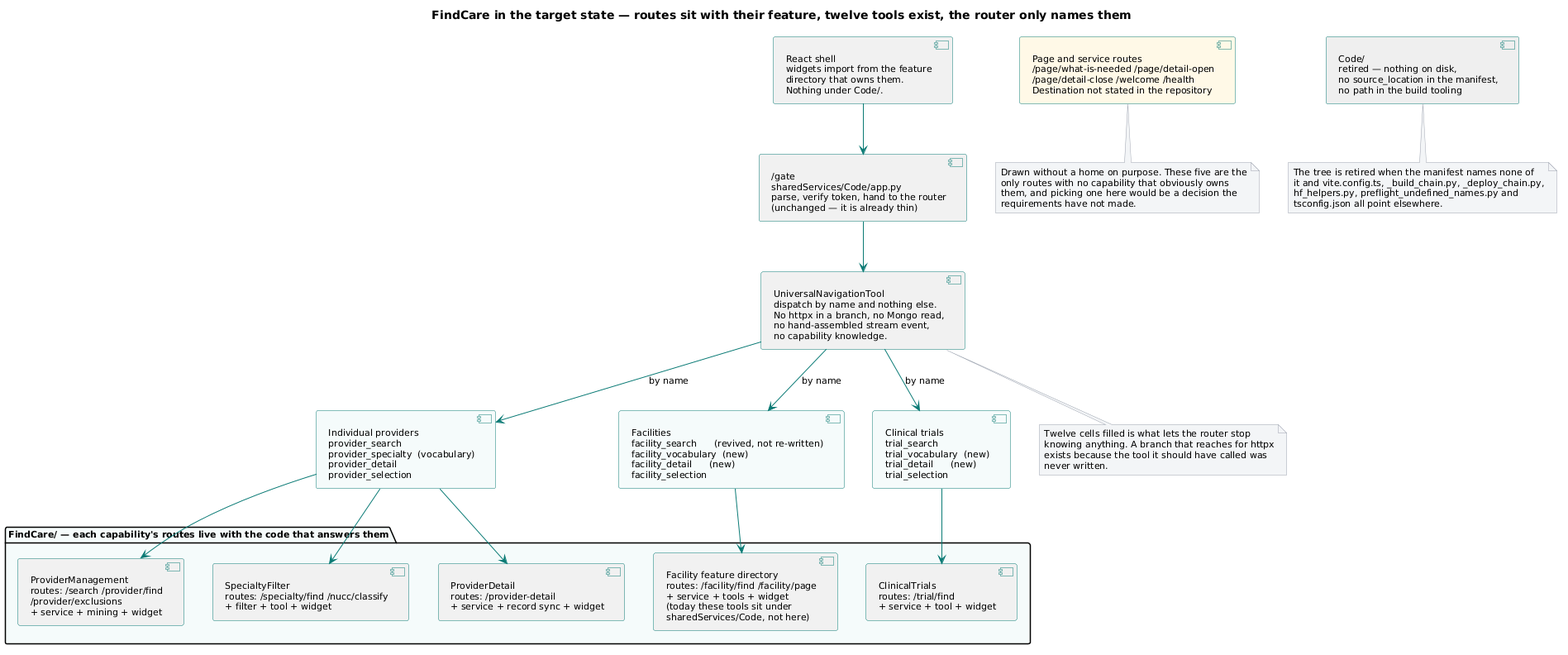
Before: brain/machine_artifacts/diagramsAndImages/rendered/mig_after.png, a diagram exported from PlantUML (SkipSnow/ChatHealthyRepo).
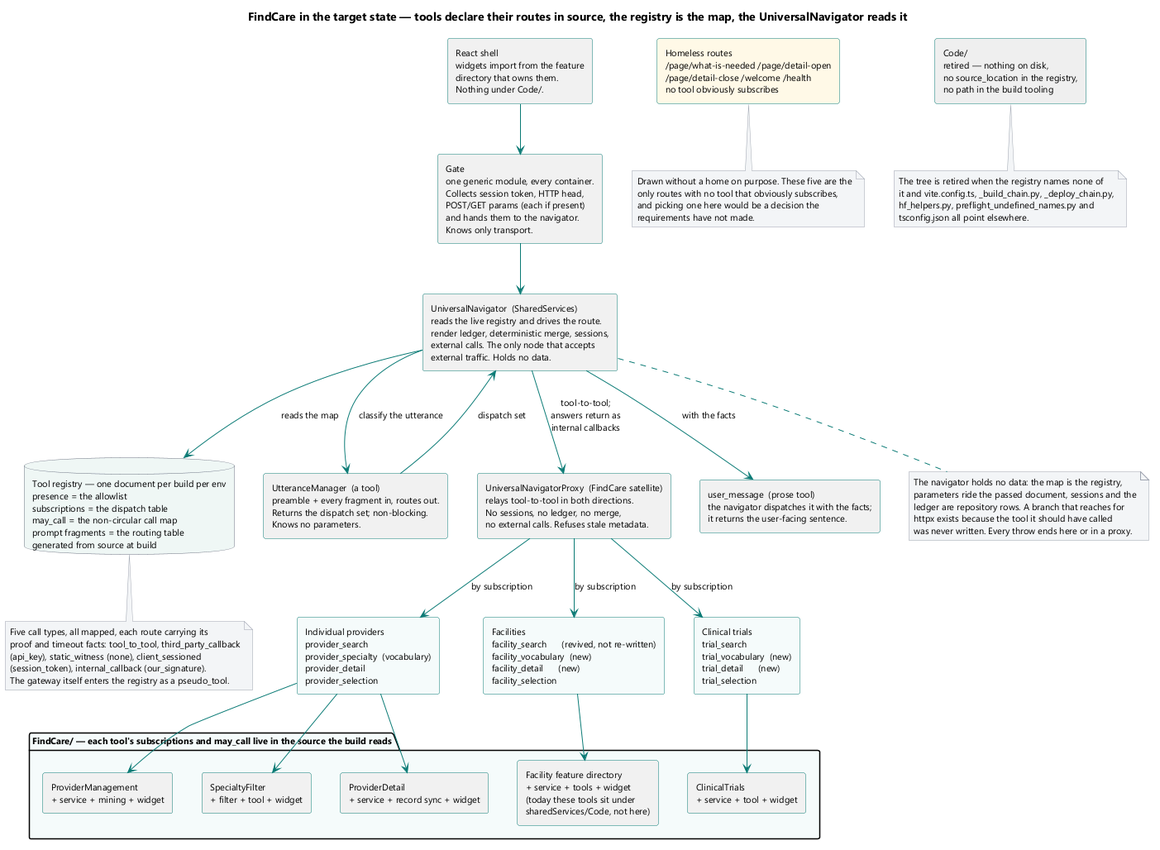
The same diagram one commit later.

What changed in the source:
```diff
@@ -1,4 +1,5 @@
 @startuml
+skinparam componentStyle rectangle
 skinparam shadowing false
 skinparam defaultFontName Segoe UI
 skinparam defaultFontSize 11
@@ -8,13 +9,19 @@
 skinparam NoteBackgroundColor #f3f4f6
 skinparam NoteBorderColor #9ca3af
 
-title FindCare in the target state — routes sit with their feature, twelve tools exist, the router only names them
+title FindCare in the target state — tools declare their routes in source, the registry is the map, the UniversalNavigator reads it
 
 component "React shell\nwidgets import from the feature\ndirectory that owns them.\nNothing under Code/." as SHELL
 
-component "/gate\nsharedServices/Code/app.py\nparse, verify token, hand to the router\n(unchanged — it is already thin)" as GATE
+component "Gate\none generic module, every container.\nCollects session token, HTTP head,\nPOST/GET params (each if present)\nand hands them to the navigator.\nKnows only transport." as GATE
 
-component "UniversalNavigationTool\ndispatch by name and nothing else.\nNo httpx in a branch, no Mongo read,\nno hand-assembled stream event,\nno capability knowledge." as ROUTER
+component "UniversalNavigator  (SharedServices)\nreads the live registry and drives the route.\nrender ledger, deterministic merge, sessions,\nexternal calls. The only node that accepts\nexternal traffic. Holds no data." as NAV
+
+database "Tool registry — one document per build per env\npresence = the allowlist\nsubscriptions = the dispatch table\nmay_call = the non-circular call map\nprompt fragments = the routing table\ngenerated from source at build" as REG #eef6f5
+
+component "UtteranceManager  (a tool)\npreamble + every fragment in, routes out.\nReturns the dispatch set; non-blocking.\nKnows no parameters." as UM
+
+component "UniversalNavigatorProxy  (FindCare satellite)\nrelays tool-to-tool in both directions.\nNo sessions, no ledger, no merge,\nno external calls. Refuses stale metadata." as PROXY
 
 component "Individual providers\nprovider_search\nprovider_specialty  (vocabulary)\nprovider_detail\nprovider_selection" as PROVTOOLS #f5fbfa
 
@@ -22,47 +29,64 @@
 
 component "Clinical trials\ntrial_search\ntrial_vocabulary  (new)\ntrial_detail      (new)\ntrial_selection" as TRIALTOOLS #f5fbfa
 
-package "FindCare/ — each capability's routes live with the code that answers them" #f5fbfa {
-  component "ProviderManagement\nroutes: /search /provider/find\n/provider/exclusions\n+ service + mining + widget" as PM
-  component "SpecialtyFilter\nroutes: /specialty/find /nucc/classify\n+ filter + tool + widget" as SF
-  component "ClinicalTrials\nroutes: /trial/find\n+ service + tool + widget" as CT
-  component "ProviderDetail\nroutes: /provider-detail\n+ service + record sync + widget" as PD
-  component "Facility feature directory\nroutes: /facility/find /facility/page\n+ service + tools + widget\n(today these tools sit under\nsharedServices/Code, not here)" as FAC
+component "user_message  (prose tool)\nthe navigator dispatches it with the facts;\nit returns the user-facing sentence." as PROSE
+
+package "FindCare/ — each tool's subscriptions and may_call live in the source the build reads" #f5fbfa {
+  component "ProviderManagement\n+ service + mining + widget" as PM
+  component "SpecialtyFilter\n+ filter + tool + widget" as SF
+  component "ClinicalTrials\n+ service + tool + widget" as CT
+  component "ProviderDetail\n+ service + record sync + widget" as PD
+  component "Facility feature directory\n+ service + tools + widget\n(today these tools sit under\nsharedServices/Code, not here)" as FAC
 }
 
-component "Page and service routes\n/page/what-is-needed /page/detail-open\n/page/detail-close /welcome /health\nDestination not stated in the repository" as PAGEROUTES #fff8e6
+component "Homeless routes\n/page/what-is-needed /page/detail-open\n/page/detail-close /welcome /health\nno tool obviously subscribes" as PAGEROUTES #fff8e6
 
-component "Code/\nretired — nothing on disk,\nno source_location in the manifest,\nno path in the build tooling" as GONE #eeeeee
+component "Code/\nretired — nothing on disk,\nno source_location in the registry,\nno path in the build tooling" as GONE #eeeeee
 
 SHELL --> GATE
-GATE --> ROUTER
-ROUTER --> PROVTOOLS : by name
-ROUTER --> FACTOOLS : by name
-ROUTER --> TRIALTOOLS : by name
+GATE --> NAV
+NAV --> REG : reads the map
+NAV --> UM : classify the utterance
+UM --> NAV : dispatch set
+NAV --> PROSE : with the facts
+NAV --> PROXY : tool-to-tool;\nanswers return as\ninternal callbacks
+PROXY --> PROVTOOLS : by subscription
+PROXY --> FACTOOLS : by subscription
+PROXY --> TRIALTOOLS : by subscription
 PROVTOOLS --> PM
 PROVTOOLS --> SF
 PROVTOOLS --> PD
 FACTOOLS --> FAC
 TRIALTOOLS --> CT
 
-note bottom of ROUTER
-  Twelve cells filled is what lets the router stop
-  knowing anything. A branch that reaches for httpx
-  exists because the tool it should have called was
-  never written.
+note bottom of REG
+  Five call types, all mapped, each route carrying its
+  proof and timeout facts: tool_to_tool, third_party_callback
+  (api_key), static_witness (none), client_sessioned
+  (session_token), internal_callback (our_signature).
+  The gateway itself enters the registry as a pseudo_tool.
+end note
+
+note bottom of NAV
+  The navigator holds no data: the map is the registry,
+  parameters ride the passed document, sessions and the
+  ledger are repository rows. A branch that reaches for
+  httpx exists because the tool it should have called
+  was never written. Every throw ends here or in a proxy.
 end note
 
 note bottom of PAGEROUTES
   Drawn without a home on purpose. These five are the
-  only routes with no capability that obviously owns
-  them, and picking one here would be a decision the
+  only routes with no tool that obviously subscribes,
+  and picking one here would be a decision the
   requirements have not made.
 end note
 
 note bottom of GONE
-  The tree is retired when the manifest names none of
+  The tree is retired when the registry names none of
   it and vite.config.ts, _build_chain.py, _deploy_chain.py,
   hf_helpers.py, preflight_undefined_names.py and
   tsconfig.json all point elsewhere.
 end note
+
 @enduml
```
